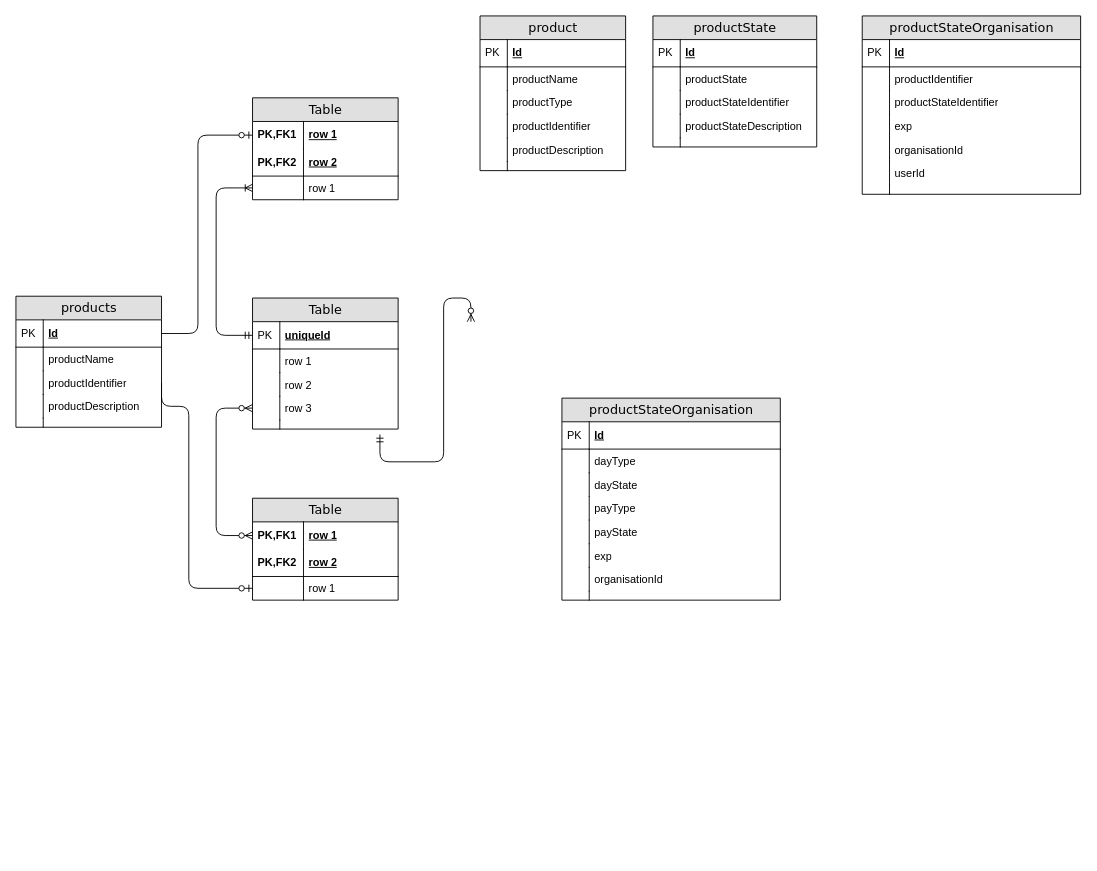
Above: backStageRelation.drawio in Shiva1010/myFlow (draw.io), before the change. Source tidied: cells renumbered, new cells numbered last; positions are measured from the earlier drawing's top-left corner, leaving out a move shared by most shapes. Both pictures are drawn from the tidied source at 91%, with x=0, y=0 at pixel (15, 15).
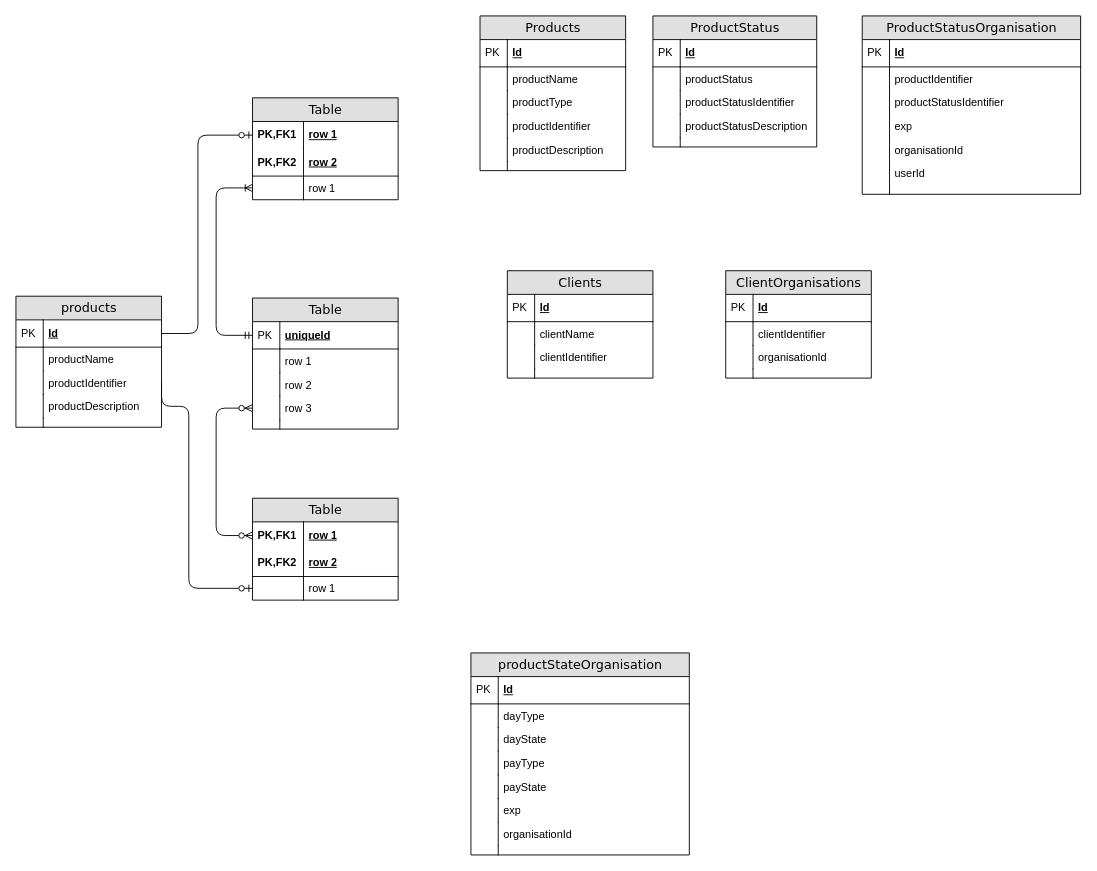
After the change.

Commit message:
add Client table

Diff of the diagram source:
```diff
@@
-    <mxCell id="29" style="edgeStyle=orthogonalEdgeStyle;html=1;endArrow=ERzeroToMany;startArrow=ERmandOne;labelBackgroundColor=none;fontFamily=Verdana;fontSize=14;entryX=0;entryY=0.308;entryPerimeter=0;exitX=0;exitY=0.5;" parent="1" edge="1">
-      <mxGeometry relative="1" as="geometry">
-        <mxPoint x="400" y="460" as="sourcePoint" />
-        <mxPoint x="500" y="336" as="targetPoint" />
-        <Array as="points">
-          <mxPoint x="470" y="490" />
-          <mxPoint x="470" y="310" />
-        </Array>
-      </mxGeometry>
-    </mxCell>
@@
-    <mxCell id="43" value="productStateOrganisation" style="swimlane;html=1;fontStyle=0;horizontal=1;startSize=26;fillColor=#e0e0e0;swimlaneFillColor=#ffffff;align=center;rounded=0;shadow=0;comic=0;labelBackgroundColor=none;strokeWidth=1;fontFamily=Verdana;fontSize=14;" parent="1" vertex="1">
+    <mxCell id="43" value="ProductStatusOrganisation" style="swimlane;html=1;fontStyle=0;horizontal=1;startSize=26;fillColor=#e0e0e0;swimlaneFillColor=#ffffff;align=center;rounded=0;shadow=0;comic=0;labelBackgroundColor=none;strokeWidth=1;fontFamily=Verdana;fontSize=14;" parent="1" vertex="1">
       <mxGeometry x="930" width="240" height="196" as="geometry" />
     </mxCell>
@@
-    <mxCell id="48" value="productStateIdentifier" style="shape=partialRectangle;top=0;left=0;right=0;bottom=0;html=1;align=left;verticalAlign=top;fillColor=none;spacingLeft=34;spacingRight=4;whiteSpace=wrap;overflow=hidden;" parent="43" vertex="1">
+    <mxCell id="48" value="productStatusIdentifier" style="shape=partialRectangle;top=0;left=0;right=0;bottom=0;html=1;align=left;verticalAlign=top;fillColor=none;spacingLeft=34;spacingRight=4;whiteSpace=wrap;overflow=hidden;" parent="43" vertex="1">
       <mxGeometry y="82" width="240" height="26" as="geometry" />
     </mxCell>
@@
-    <mxCell id="58" value="product" style="swimlane;html=1;fontStyle=0;horizontal=1;startSize=26;fillColor=#e0e0e0;swimlaneFillColor=#ffffff;align=center;rounded=0;shadow=0;comic=0;labelBackgroundColor=none;strokeWidth=1;fontFamily=Verdana;fontSize=14;" parent="1" vertex="1">
+    <mxCell id="58" value="Products" style="swimlane;html=1;fontStyle=0;horizontal=1;startSize=26;fillColor=#e0e0e0;swimlaneFillColor=#ffffff;align=center;rounded=0;shadow=0;comic=0;labelBackgroundColor=none;strokeWidth=1;fontFamily=Verdana;fontSize=14;" parent="1" vertex="1">
       <mxGeometry x="510" width="160" height="170" as="geometry" />
     </mxCell>
@@
-    <mxCell id="71" value="productState" style="swimlane;html=1;fontStyle=0;horizontal=1;startSize=26;fillColor=#e0e0e0;swimlaneFillColor=#ffffff;align=center;rounded=0;shadow=0;comic=0;labelBackgroundColor=none;strokeWidth=1;fontFamily=Verdana;fontSize=14;" parent="1" vertex="1">
+    <mxCell id="71" value="ProductStatus" style="swimlane;html=1;fontStyle=0;horizontal=1;startSize=26;fillColor=#e0e0e0;swimlaneFillColor=#ffffff;align=center;rounded=0;shadow=0;comic=0;labelBackgroundColor=none;strokeWidth=1;fontFamily=Verdana;fontSize=14;" parent="1" vertex="1">
       <mxGeometry x="700" width="180" height="144" as="geometry" />
     </mxCell>
@@
-    <mxCell id="74" value="productState" style="shape=partialRectangle;top=0;left=0;right=0;bottom=0;html=1;align=left;verticalAlign=top;fillColor=none;spacingLeft=34;spacingRight=4;whiteSpace=wrap;overflow=hidden;" parent="71" vertex="1">
+    <mxCell id="74" value="productStatus" style="shape=partialRectangle;top=0;left=0;right=0;bottom=0;html=1;align=left;verticalAlign=top;fillColor=none;spacingLeft=34;spacingRight=4;whiteSpace=wrap;overflow=hidden;" parent="71" vertex="1">
       <mxGeometry y="56" width="180" height="26" as="geometry" />
     </mxCell>
@@
-    <mxCell id="76" value="productStateIdentifier" style="shape=partialRectangle;top=0;left=0;right=0;bottom=0;html=1;align=left;verticalAlign=top;fillColor=none;spacingLeft=34;spacingRight=4;whiteSpace=wrap;overflow=hidden;" parent="71" vertex="1">
+    <mxCell id="76" value="productStatusIdentifier" style="shape=partialRectangle;top=0;left=0;right=0;bottom=0;html=1;align=left;verticalAlign=top;fillColor=none;spacingLeft=34;spacingRight=4;whiteSpace=wrap;overflow=hidden;" parent="71" vertex="1">
       <mxGeometry y="82" width="180" height="26" as="geometry" />
     </mxCell>
@@
-    <mxCell id="78" value="productStateDescription" style="shape=partialRectangle;top=0;left=0;right=0;bottom=0;html=1;align=left;verticalAlign=top;fillColor=none;spacingLeft=34;spacingRight=4;whiteSpace=wrap;overflow=hidden;" parent="71" vertex="1">
+    <mxCell id="78" value="productStatusDescription" style="shape=partialRectangle;top=0;left=0;right=0;bottom=0;html=1;align=left;verticalAlign=top;fillColor=none;spacingLeft=34;spacingRight=4;whiteSpace=wrap;overflow=hidden;" parent="71" vertex="1">
       <mxGeometry y="108" width="180" height="26" as="geometry" />
     </mxCell>
@@
     <mxCell id="82" value="productStateOrganisation" style="swimlane;html=1;fontStyle=0;horizontal=1;startSize=26;fillColor=#e0e0e0;swimlaneFillColor=#ffffff;align=center;rounded=0;shadow=0;comic=0;labelBackgroundColor=none;strokeWidth=1;fontFamily=Verdana;fontSize=14;" parent="1" vertex="1">
-      <mxGeometry x="600" y="420" width="240" height="222" as="geometry" />
+      <mxGeometry x="500" y="700" width="240" height="222" as="geometry" />
     </mxCell>
@@
+    <mxCell id="99" value="Clients" style="swimlane;html=1;fontStyle=0;horizontal=1;startSize=26;fillColor=#e0e0e0;swimlaneFillColor=#ffffff;align=center;rounded=0;shadow=0;comic=0;labelBackgroundColor=none;strokeWidth=1;fontFamily=Verdana;fontSize=14;" parent="1" vertex="1">
+      <mxGeometry x="540" y="280" width="160" height="118" as="geometry" />
+    </mxCell>
+    <mxCell id="100" value="Id" style="shape=partialRectangle;top=0;left=0;right=0;bottom=1;html=1;align=left;verticalAlign=middle;fillColor=none;spacingLeft=34;spacingRight=4;whiteSpace=wrap;overflow=hidden;fontStyle=5;" parent="99" vertex="1">
+      <mxGeometry y="26" width="160" height="30" as="geometry" />
+    </mxCell>
+    <mxCell id="101" value="PK" style="shape=partialRectangle;top=0;left=0;bottom=0;html=1;fillColor=none;align=left;verticalAlign=middle;spacingLeft=4;spacingRight=4;whiteSpace=wrap;overflow=hidden;" parent="100" vertex="1">
+      <mxGeometry width="30" height="30" as="geometry" />
+    </mxCell>
+    <mxCell id="102" value="clientName" style="shape=partialRectangle;top=0;left=0;right=0;bottom=0;html=1;align=left;verticalAlign=top;fillColor=none;spacingLeft=34;spacingRight=4;whiteSpace=wrap;overflow=hidden;" parent="99" vertex="1">
+      <mxGeometry y="56" width="160" height="26" as="geometry" />
+    </mxCell>
+    <mxCell id="103" style="shape=partialRectangle;top=0;left=0;bottom=0;html=1;fillColor=none;align=left;verticalAlign=top;spacingLeft=4;spacingRight=4;whiteSpace=wrap;overflow=hidden;" parent="102" vertex="1">
+      <mxGeometry width="30" height="26" as="geometry" />
+    </mxCell>
+    <mxCell id="104" value="clientIdentifier" style="shape=partialRectangle;top=0;left=0;right=0;bottom=0;html=1;align=left;verticalAlign=top;fillColor=none;spacingLeft=34;spacingRight=4;whiteSpace=wrap;overflow=hidden;" parent="99" vertex="1">
+      <mxGeometry y="82" width="160" height="26" as="geometry" />
+    </mxCell>
+    <mxCell id="105" style="shape=partialRectangle;top=0;left=0;bottom=0;html=1;fillColor=none;align=left;verticalAlign=top;spacingLeft=4;spacingRight=4;whiteSpace=wrap;overflow=hidden;" parent="104" vertex="1">
+      <mxGeometry width="30" height="26" as="geometry" />
+    </mxCell>
+    <mxCell id="106" style="shape=partialRectangle;top=0;left=0;right=0;bottom=0;html=1;align=left;verticalAlign=top;fillColor=none;spacingLeft=34;spacingRight=4;whiteSpace=wrap;overflow=hidden;" parent="99" vertex="1">
+      <mxGeometry y="108" width="160" height="10" as="geometry" />
+    </mxCell>
+    <mxCell id="107" style="shape=partialRectangle;top=0;left=0;bottom=0;html=1;fillColor=none;align=left;verticalAlign=top;spacingLeft=4;spacingRight=4;whiteSpace=wrap;overflow=hidden;" parent="106" vertex="1">
+      <mxGeometry width="30" height="10" as="geometry" />
+    </mxCell>
+    <mxCell id="108" value="ClientOrganisations" style="swimlane;html=1;fontStyle=0;horizontal=1;startSize=26;fillColor=#e0e0e0;swimlaneFillColor=#ffffff;align=center;rounded=0;shadow=0;comic=0;labelBackgroundColor=none;strokeWidth=1;fontFamily=Verdana;fontSize=14;" parent="1" vertex="1">
+      <mxGeometry x="780" y="280" width="160" height="118" as="geometry" />
+    </mxCell>
+    <mxCell id="109" value="Id" style="shape=partialRectangle;top=0;left=0;right=0;bottom=1;html=1;align=left;verticalAlign=middle;fillColor=none;spacingLeft=34;spacingRight=4;whiteSpace=wrap;overflow=hidden;fontStyle=5;" parent="108" vertex="1">
+      <mxGeometry y="26" width="160" height="30" as="geometry" />
+    </mxCell>
+    <mxCell id="110" value="PK" style="shape=partialRectangle;top=0;left=0;bottom=0;html=1;fillColor=none;align=left;verticalAlign=middle;spacingLeft=4;spacingRight=4;whiteSpace=wrap;overflow=hidden;" parent="109" vertex="1">
+      <mxGeometry width="30" height="30" as="geometry" />
+    </mxCell>
+    <mxCell id="111" value="clientIdentifier" style="shape=partialRectangle;top=0;left=0;right=0;bottom=0;html=1;align=left;verticalAlign=top;fillColor=none;spacingLeft=34;spacingRight=4;whiteSpace=wrap;overflow=hidden;" parent="108" vertex="1">
+      <mxGeometry y="56" width="160" height="26" as="geometry" />
+    </mxCell>
+    <mxCell id="112" style="shape=partialRectangle;top=0;left=0;bottom=0;html=1;fillColor=none;align=left;verticalAlign=top;spacingLeft=4;spacingRight=4;whiteSpace=wrap;overflow=hidden;" parent="111" vertex="1">
+      <mxGeometry width="30" height="26" as="geometry" />
+    </mxCell>
+    <mxCell id="113" value="organisationId" style="shape=partialRectangle;top=0;left=0;right=0;bottom=0;html=1;align=left;verticalAlign=top;fillColor=none;spacingLeft=34;spacingRight=4;whiteSpace=wrap;overflow=hidden;" parent="108" vertex="1">
+      <mxGeometry y="82" width="160" height="26" as="geometry" />
+    </mxCell>
+    <mxCell id="114" style="shape=partialRectangle;top=0;left=0;bottom=0;html=1;fillColor=none;align=left;verticalAlign=top;spacingLeft=4;spacingRight=4;whiteSpace=wrap;overflow=hidden;" parent="113" vertex="1">
+      <mxGeometry width="30" height="26" as="geometry" />
+    </mxCell>
+    <mxCell id="115" style="shape=partialRectangle;top=0;left=0;right=0;bottom=0;html=1;align=left;verticalAlign=top;fillColor=none;spacingLeft=34;spacingRight=4;whiteSpace=wrap;overflow=hidden;" parent="108" vertex="1">
+      <mxGeometry y="108" width="160" height="10" as="geometry" />
+    </mxCell>
+    <mxCell id="116" style="shape=partialRectangle;top=0;left=0;bottom=0;html=1;fillColor=none;align=left;verticalAlign=top;spacingLeft=4;spacingRight=4;whiteSpace=wrap;overflow=hidden;" parent="115" vertex="1">
+      <mxGeometry width="30" height="10" as="geometry" />
+    </mxCell>
```
